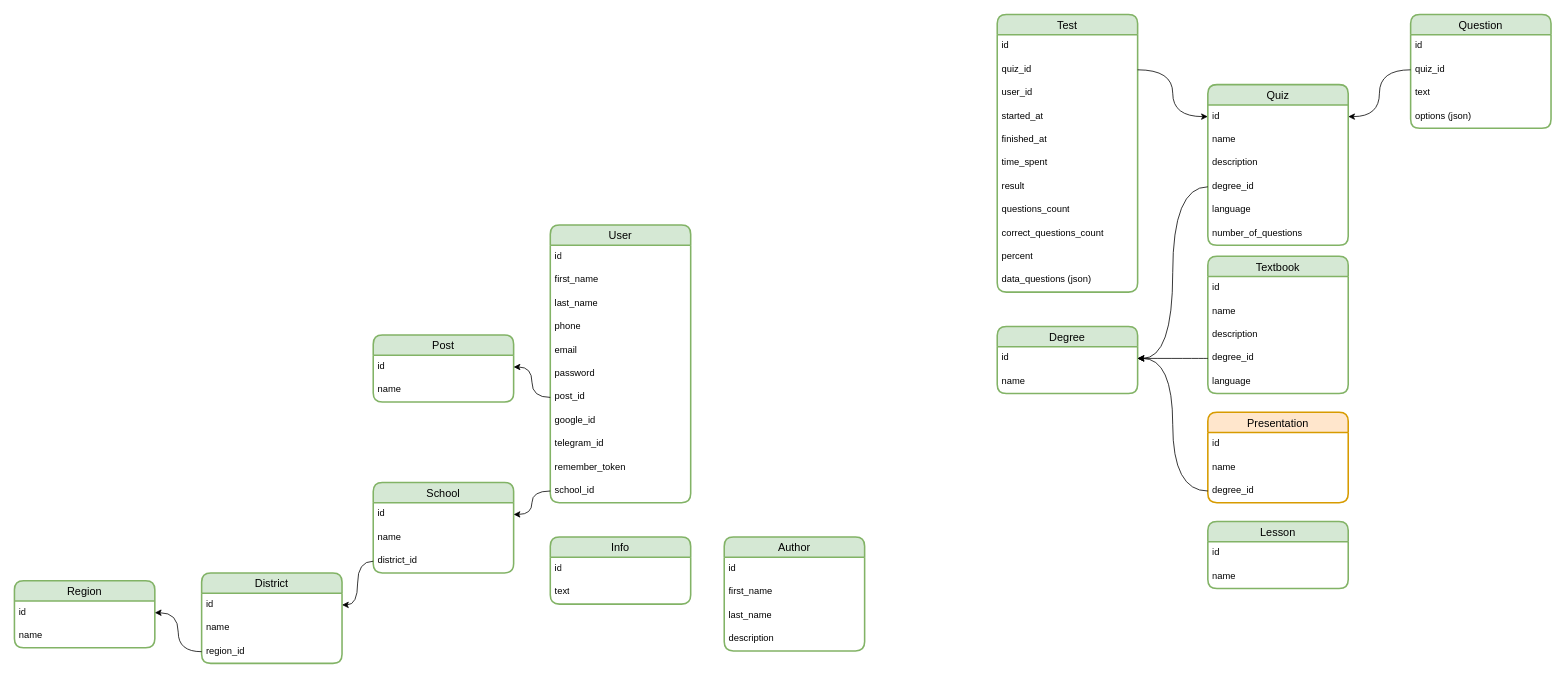
The draw.io diagram karsoft-learn-platform.drawio in iztileuoff/databases, before the edit. Source tidied: cells renumbered, new cells numbered last; positions are measured from the earlier drawing's top-left corner, leaving out a move shared by most shapes. Both pictures are drawn from the tidied source at 78%, with x=0, y=0 at pixel (14, 14).
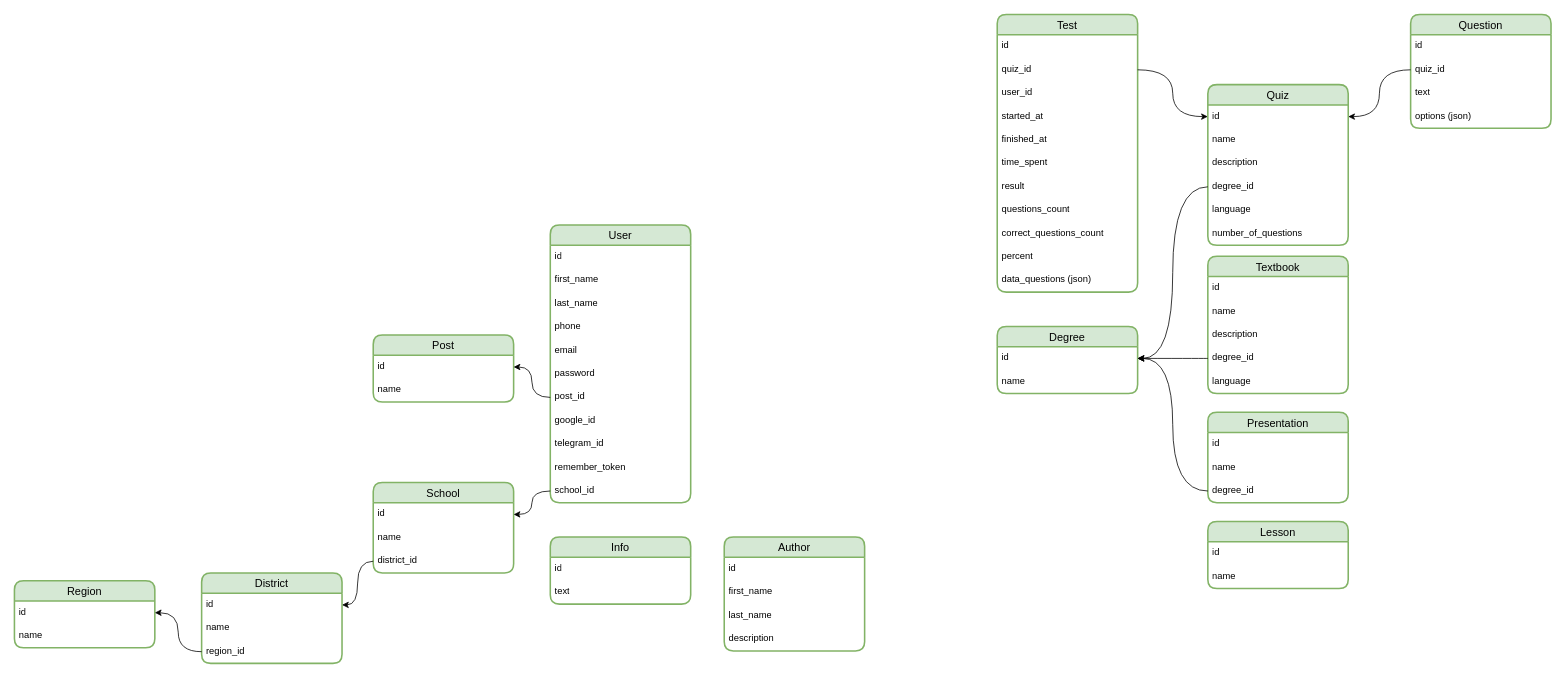
After the change.

Change to the diagram source:
```diff
@@
-    <mxCell id="49" value="Presentation" style="swimlane;fontStyle=0;horizontal=1;startSize=26;align=center;fontSize=14;strokeWidth=2;rounded=1;shadow=0;glass=0;swimlaneLine=1;labelBackgroundColor=none;labelBorderColor=none;textShadow=0;fillColor=#ffe6cc;strokeColor=#d79b00;" parent="1" vertex="1">
+    <mxCell id="49" value="Presentation" style="swimlane;fontStyle=0;horizontal=1;startSize=26;align=center;fontSize=14;strokeWidth=2;rounded=1;shadow=0;glass=0;swimlaneLine=1;labelBackgroundColor=none;labelBorderColor=none;textShadow=0;fillColor=#d5e8d4;strokeColor=#82b366;" parent="1" vertex="1">
       <mxGeometry x="1530" y="510" width="180" height="116" as="geometry" />
     </mxCell>
```
